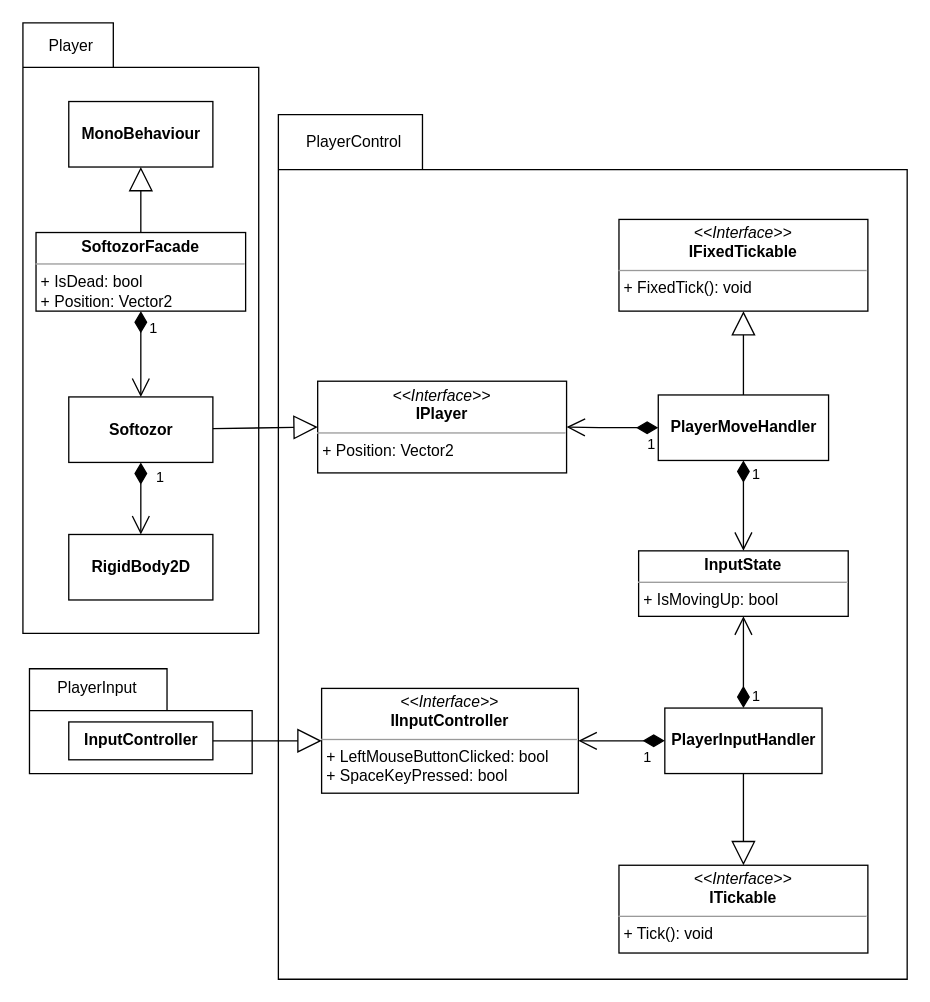
Before: doc/img/UML.drawio in softozor/softozor-game, a draw.io diagram. Source tidied: cells renumbered, new cells numbered last; positions are measured from the earlier drawing's top-left corner, leaving out a move shared by most shapes. Both pictures are drawn from the tidied source at 131%, with x=0, y=0 at pixel (22, 22).
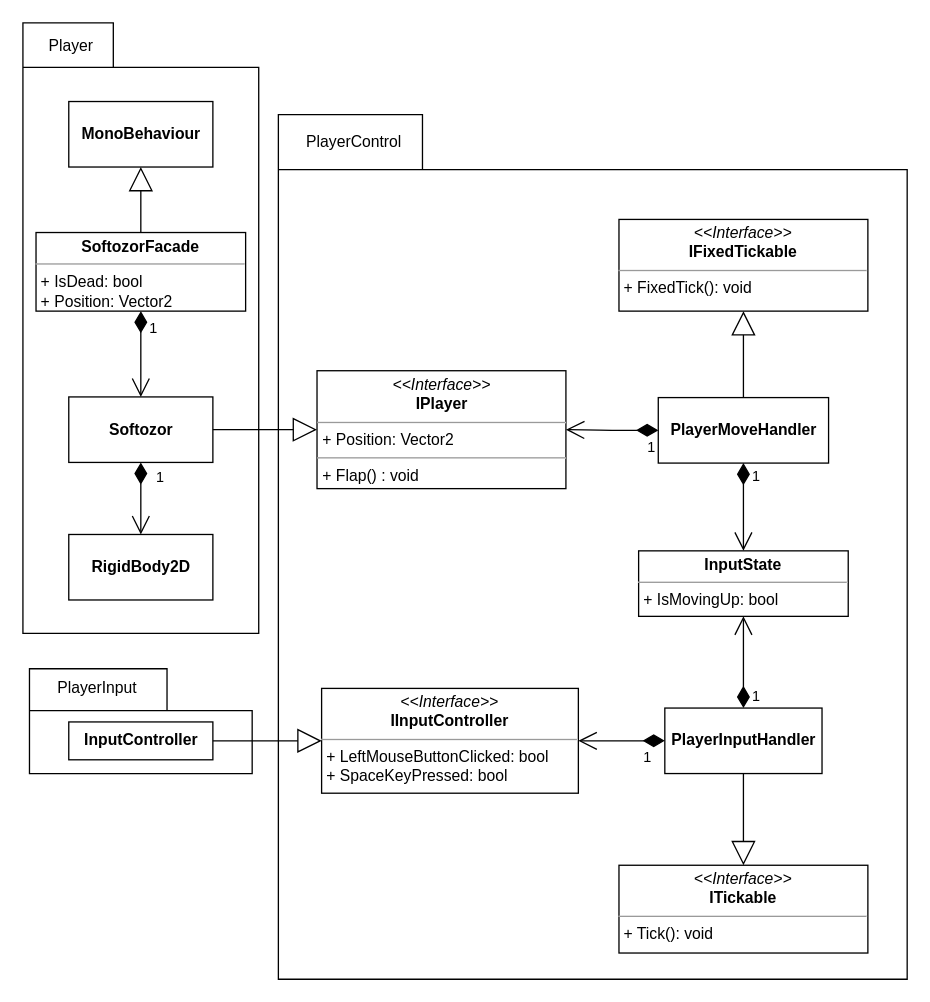
After the change.

Unchanged cells that the change refers to:
```xml
<mxCell id="2" style="group;" parent="1" vertex="1">
  <mxGeometry x="195" y="70" width="480" height="660" as="geometry" />
</mxCell>
<mxCell id="29" value="&lt;b&gt;Softozor&lt;/b&gt;" style="html=1;" parent="23" vertex="1">
  <mxGeometry x="35" y="285.5" width="110" height="50" as="geometry" />
</mxCell>
```

Diff of the diagram source:
```diff
@@
-    <mxCell id="6" value="&lt;p style=&quot;margin: 0px ; margin-top: 4px ; text-align: center&quot;&gt;&lt;i&gt;&amp;lt;&amp;lt;Interface&amp;gt;&amp;gt;&lt;/i&gt;&lt;br&gt;&lt;b&gt;IPlayer&lt;/b&gt;&lt;/p&gt;&lt;hr size=&quot;1&quot;&gt;&lt;p style=&quot;margin: 0px ; margin-left: 4px&quot;&gt;+ Position: Vector2&lt;/p&gt;&lt;p style=&quot;margin: 0px ; margin-left: 4px&quot;&gt;&lt;br&gt;&lt;/p&gt;" style="verticalAlign=top;align=left;overflow=fill;fontSize=12;fontFamily=Helvetica;html=1;" parent="1" vertex="1">
-      <mxGeometry x="225" y="273.5" width="190" height="70" as="geometry" />
-    </mxCell>
+    <mxCell id="36" value="&lt;p style=&quot;margin: 0px ; margin-top: 4px ; text-align: center&quot;&gt;&lt;i&gt;&amp;lt;&amp;lt;Interface&amp;gt;&amp;gt;&lt;/i&gt;&lt;br&gt;&lt;b&gt;IPlayer&lt;/b&gt;&lt;/p&gt;&lt;hr size=&quot;1&quot;&gt;&lt;p style=&quot;margin: 0px ; margin-left: 4px&quot;&gt;+ Position: Vector2&lt;br&gt;&lt;/p&gt;&lt;hr size=&quot;1&quot;&gt;&lt;p style=&quot;margin: 0px ; margin-left: 4px&quot;&gt;+ Flap() : void&lt;br&gt;&lt;br&gt;&lt;/p&gt;" style="verticalAlign=top;align=left;overflow=fill;fontSize=12;fontFamily=Helvetica;html=1;" parent="2" vertex="1">
+      <mxGeometry x="29.5" y="195.5" width="190" height="90" as="geometry" />
+    </mxCell>
     <mxCell id="7" value="&lt;b&gt;PlayerMoveHandler&lt;/b&gt;" style="html=1;" parent="1" vertex="1">
-      <mxGeometry x="485" y="284" width="130" height="50" as="geometry" />
+      <mxGeometry x="485" y="286" width="130" height="50" as="geometry" />
     </mxCell>
@@
-    <mxCell id="10" value="1" style="endArrow=open;html=1;endSize=12;startArrow=diamondThin;startSize=14;startFill=1;edgeStyle=orthogonalEdgeStyle;align=left;verticalAlign=bottom;entryX=1;entryY=0.5;entryDx=0;entryDy=0;" parent="1" edge="1" source="7" target="6">
+    <mxCell id="10" value="1" style="endArrow=open;html=1;endSize=12;startArrow=diamondThin;startSize=14;startFill=1;edgeStyle=orthogonalEdgeStyle;align=left;verticalAlign=bottom;entryX=1;entryY=0.5;entryDx=0;entryDy=0;" parent="1" edge="1" source="7" target="36">
       <mxGeometry x="-0.72" y="22" relative="1" as="geometry" />
     </mxCell>
@@
-    <mxCell id="35" style="endArrow=block;endSize=16;endFill=0;html=1;entryX=0;entryY=0.5;entryDx=0;entryDy=0;" parent="1" edge="1" source="29" target="6">
+    <mxCell id="35" style="endArrow=block;endSize=16;endFill=0;html=1;entryX=0;entryY=0.5;entryDx=0;entryDy=0;" parent="1" edge="1" source="29" target="36">
       <mxGeometry relative="1" as="geometry" />
     </mxCell>
```
